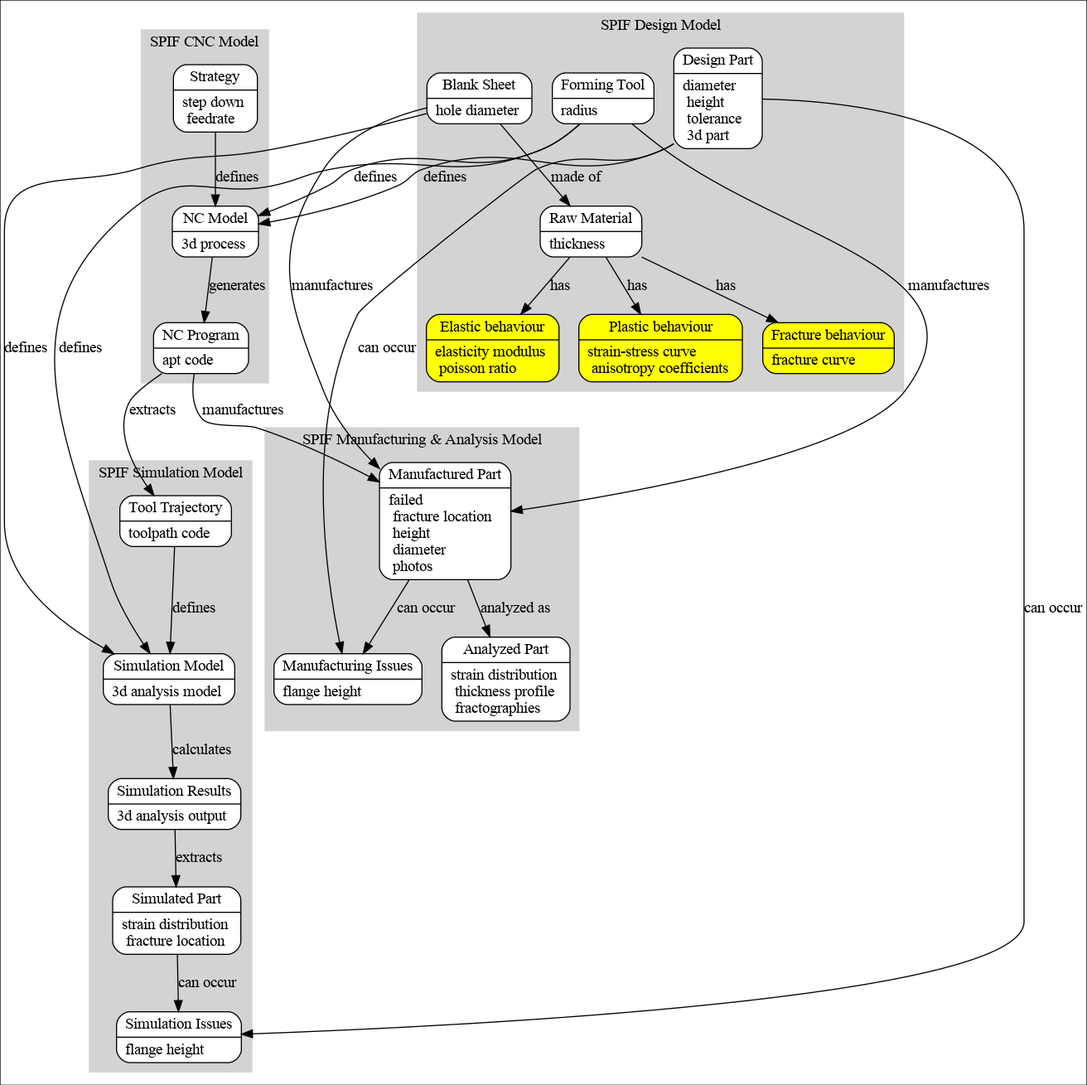
ModelsforManufacturing/hole-flanging-by-SPIF-in-a-single-stage keeps this Graphviz diagram as Ontology_Layer/Data_Model/data_enriched.gv.png. Above is the earlier version. Its source is kept beside it as Ontology_Layer/Data_Model/data_enriched.gv.
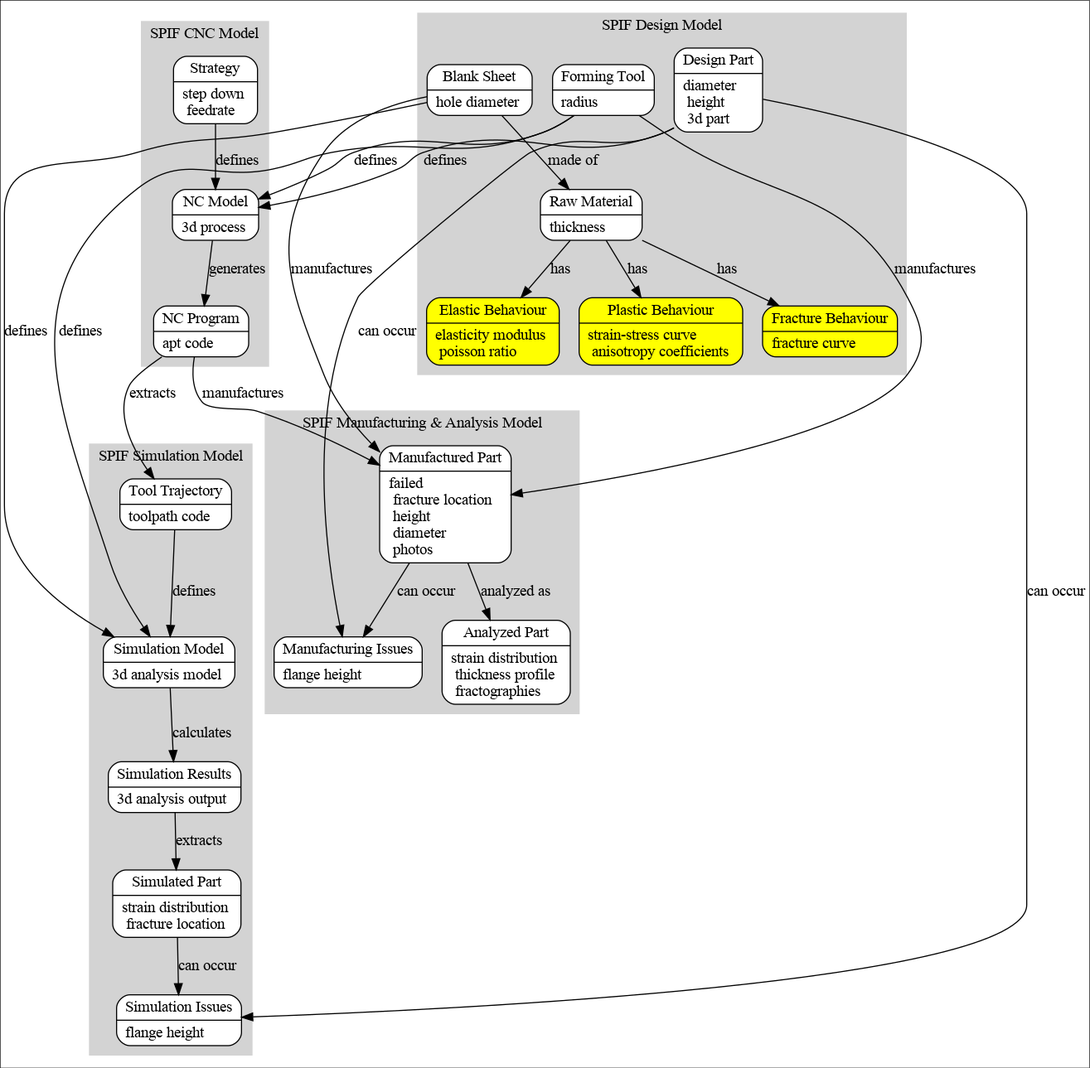
The same file after the commit.

What changed in the source:
```diff
@@ -65,12 +65,12 @@
     subgraph clusterParts {
         blank [label="{Blank Sheet | hole diameter \l}"]
         raw [label="{Raw Material | thickness \l}"]
-        part [label="{Design Part | diameter \l height \l tolerance \l 3d part \l}"]
+        part [label="{Design Part | diameter \l height \l 3d part \l}"]
         tool [label="{Forming Tool | radius \l}"]
 
-        elastic [label="{Elastic behaviour | elasticity modulus \l poisson ratio \l}"]
-        plastic [label="{Plastic behaviour | strain-stress curve \l anisotropy coefficients \l}"]
-        fracture [label="{Fracture behaviour | fracture curve \l}"]
+        elastic [label="{Elastic Behaviour | elasticity modulus \l poisson ratio \l}"]
+        plastic [label="{Plastic Behaviour | strain-stress curve \l anisotropy coefficients \l}"]
+        fracture [label="{Fracture Behaviour | fracture curve \l}"]
     }
     raw -> {elastic, plastic, fracture} [label="has"]
 
```
